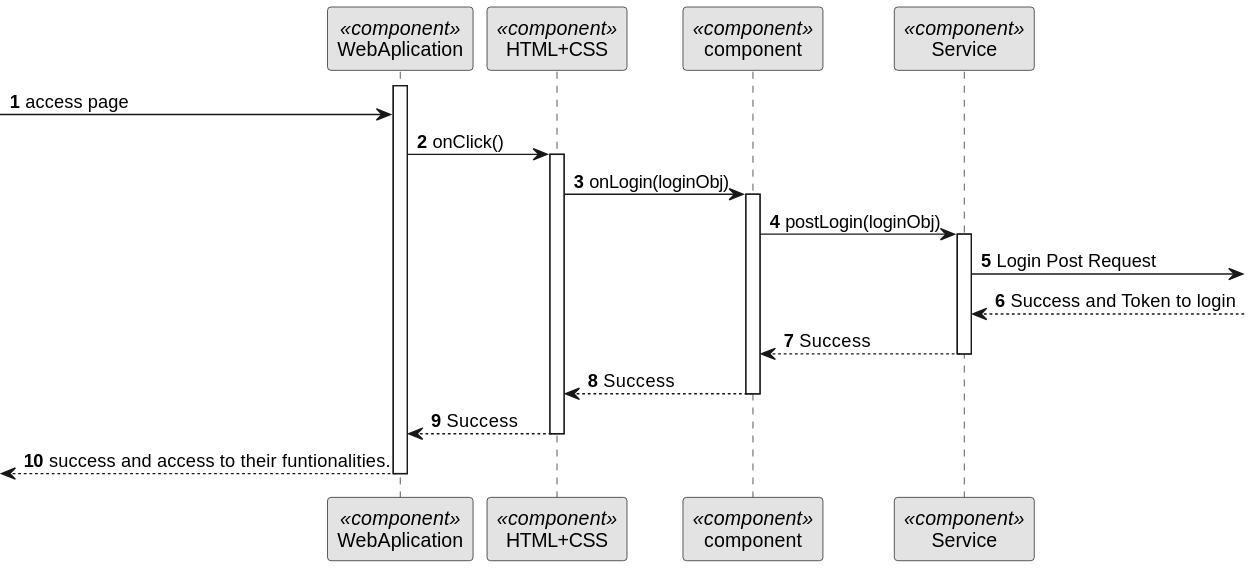
Above: docs/BackofficeModule/7.2.3/sequence-diagram-3.svg in Ana-Miguel-Silva/SurgicalAppointmentAndResourceManagement (PlantUML), before the change.
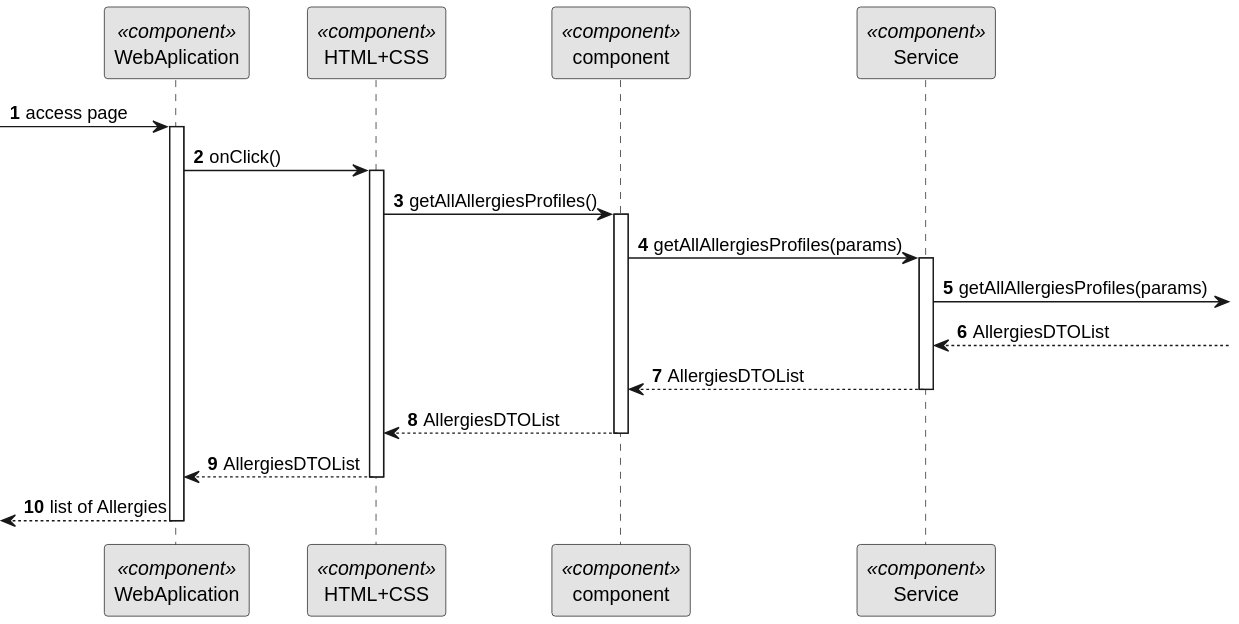
Above is the later version.

Diff of the diagram source:
```diff
@@ -10,40 +10,34 @@
 participant "component" as CM <<component>>
 participant "Service" as SERV <<component>>
 
-
+ -> FE: access page
 activate FE
--> FE: access page
 
 FE -> HT : onClick()
 activate HT
+HT -> CM : getAllAllergiesProfiles()
+activate CM
+
+CM -> SERV : getAllAllergiesProfiles(params)
+activate SERV
 
 
-HT -> CM : onLogin(loginObj)
-
-activate CM
-
-CM -> SERV : postLogin(loginObj)
-
- activate SERV
-
-  SERV -> : Login Post Request
-
- SERV <-- : Success and Token to login
-
-SERV --> CM : Success
-
-
-deactivate SERV
-
-CM --> HT : Success
-deactivate CM
+SERV -> : getAllAllergiesProfiles(params)
 
 
 
-HT --> FE : Success
+SERV <-- : AllergiesDTOList
+
+
+SERV --> CM : AllergiesDTOList
+deactivate SERV
+CM --> HT : AllergiesDTOList
+deactivate CM
+
+HT --> FE : AllergiesDTOList
 deactivate HT
 
-<--- FE : success and access to their funtionalities.
+<-- FE : list of Allergies
 
 deactivate FE
 @enduml
```
